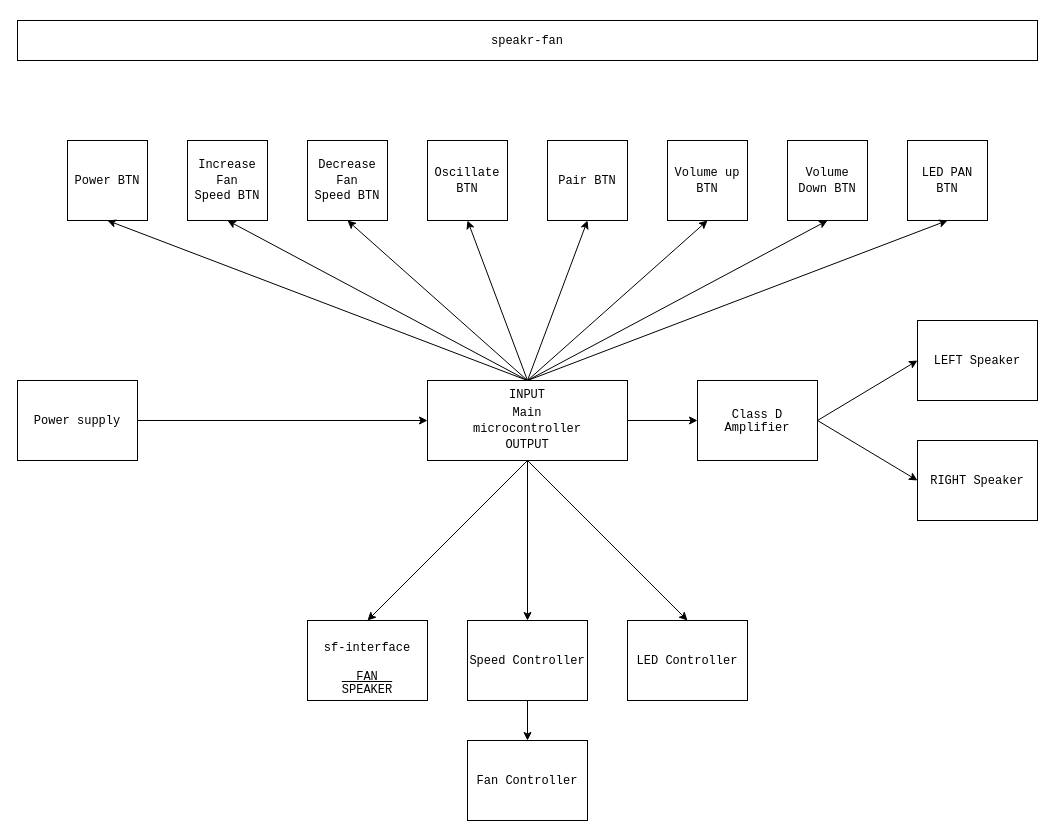
Before: arch.dio in khray/speakr-fan, a draw.io diagram. Source tidied: cells renumbered, new cells numbered last; positions are measured from the earlier drawing's top-left corner, leaving out a move shared by most shapes. Both pictures are drawn from the tidied source at 100%, with x=0, y=0 at pixel (17, 20).
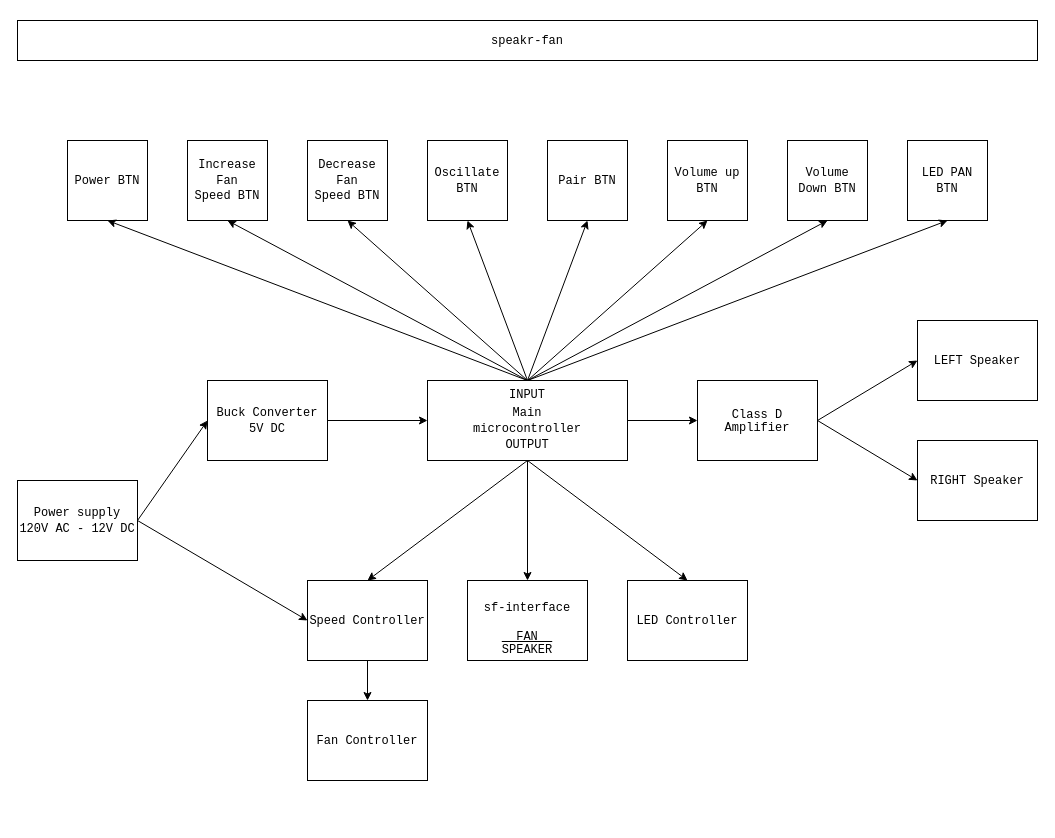
The same page after the edit.

Commit message (it also covers changes not shown here):
Updated the block diagram

Unchanged cells that the change refers to:
```xml
<mxCell id="5" value="&lt;font face=&quot;Courier New&quot;&gt;Main&lt;br&gt;microcontroller&lt;/font&gt;" style="whiteSpace=wrap;html=1;" parent="1" vertex="1">
  <mxGeometry x="410" y="360" width="200" height="80" as="geometry" />
</mxCell>
```

Change to the diagram source:
```diff
@@
     <mxCell id="3" value="&lt;h4 style=&quot;line-height: 100%;&quot;&gt;&lt;font face=&quot;Courier New&quot;&gt;&lt;span style=&quot;font-weight: 400;&quot;&gt;sf-interface&lt;/span&gt;&lt;/font&gt;&lt;/h4&gt;&lt;div style=&quot;line-height: 100%;&quot;&gt;&lt;font face=&quot;Courier New&quot;&gt;&lt;u&gt;&amp;nbsp; FAN&amp;nbsp;&amp;nbsp;&lt;/u&gt;&lt;/font&gt;&lt;/div&gt;&lt;div style=&quot;line-height: 100%;&quot;&gt;&lt;font face=&quot;Courier New&quot;&gt;SPEAKER&lt;/font&gt;&lt;/div&gt;" style="whiteSpace=wrap;html=1;" parent="1" vertex="1">
-      <mxGeometry x="290" y="600" width="120" height="80" as="geometry" />
+      <mxGeometry x="450" y="560" width="120" height="80" as="geometry" />
     </mxCell>
@@
     <mxCell id="6" value="&lt;h4 style=&quot;line-height: 12px;&quot;&gt;&lt;font face=&quot;Courier New&quot;&gt;&lt;span style=&quot;font-weight: 400;&quot;&gt;LED Controller&lt;/span&gt;&lt;/font&gt;&lt;/h4&gt;" style="whiteSpace=wrap;html=1;" parent="1" vertex="1">
-      <mxGeometry x="610" y="600" width="120" height="80" as="geometry" />
+      <mxGeometry x="610" y="560" width="120" height="80" as="geometry" />
     </mxCell>
-    <mxCell id="7" style="edgeStyle=none;html=1;entryX=0;entryY=0.5;entryDx=0;entryDy=0;" parent="1" edge="1" source="8" target="5">
+    <mxCell id="7" style="edgeStyle=none;html=1;exitX=1;exitY=0.5;exitDx=0;exitDy=0;entryX=0;entryY=0.5;entryDx=0;entryDy=0;" parent="1" edge="1" source="8" target="5">
       <mxGeometry relative="1" as="geometry" />
     </mxCell>
-    <mxCell id="8" value="&lt;font face=&quot;Courier New&quot;&gt;Power supply&lt;/font&gt;" style="whiteSpace=wrap;html=1;" parent="1" vertex="1">
-      <mxGeometry y="360" width="120" height="80" as="geometry" />
+    <mxCell id="8" value="&lt;font face=&quot;Courier New&quot;&gt;Buck Converter&lt;br&gt;5V DC&lt;br&gt;&lt;/font&gt;" style="whiteSpace=wrap;html=1;" parent="1" vertex="1">
+      <mxGeometry x="190" y="360" width="120" height="80" as="geometry" />
     </mxCell>
@@
     <mxCell id="10" value="&lt;h4 style=&quot;line-height: 100%;&quot;&gt;&lt;font face=&quot;Courier New&quot;&gt;&lt;span style=&quot;font-weight: 400;&quot;&gt;Speed Controller&lt;/span&gt;&lt;/font&gt;&lt;/h4&gt;" style="whiteSpace=wrap;html=1;" parent="1" vertex="1">
-      <mxGeometry x="450" y="600" width="120" height="80" as="geometry" />
+      <mxGeometry x="290" y="560" width="120" height="80" as="geometry" />
     </mxCell>
@@
     <mxCell id="37" value="&lt;h4 style=&quot;line-height: 100%;&quot;&gt;&lt;font face=&quot;Courier New&quot;&gt;&lt;span style=&quot;font-weight: 400;&quot;&gt;Fan Controller&lt;/span&gt;&lt;/font&gt;&lt;/h4&gt;" style="whiteSpace=wrap;html=1;" parent="1" vertex="1">
-      <mxGeometry x="450" y="720" width="120" height="80" as="geometry" />
+      <mxGeometry x="290" y="680" width="120" height="80" as="geometry" />
     </mxCell>
+    <mxCell id="38" style="edgeStyle=none;html=1;exitX=1;exitY=0.5;exitDx=0;exitDy=0;entryX=0;entryY=0.5;entryDx=0;entryDy=0;" parent="1" edge="1" source="40" target="8">
+      <mxGeometry relative="1" as="geometry" />
+    </mxCell>
+    <mxCell id="39" style="edgeStyle=none;html=1;exitX=1;exitY=0.5;exitDx=0;exitDy=0;entryX=0;entryY=0.5;entryDx=0;entryDy=0;" parent="1" edge="1" source="40" target="10">
+      <mxGeometry relative="1" as="geometry" />
+    </mxCell>
+    <mxCell id="40" value="&lt;font face=&quot;Courier New&quot;&gt;Power supply&lt;br&gt;120V AC - 12V DC&lt;br&gt;&lt;/font&gt;" style="whiteSpace=wrap;html=1;" parent="1" vertex="1">
+      <mxGeometry y="460" width="120" height="80" as="geometry" />
+    </mxCell>
```
